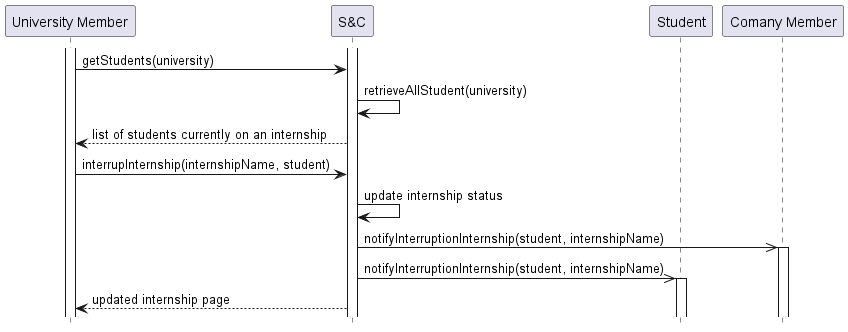
This is RASD/Specific_requirements/uml_diagrams/UC27_diagram.png from matti8702/R_and_DD_project_SE2, a PlantUML export, as it was before one commit.
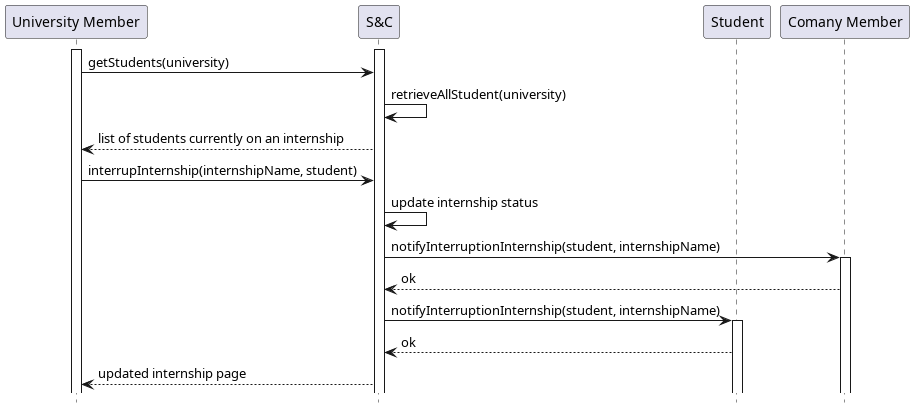
The same file after the commit.

Change to the diagram source:
```diff
@@ -14,9 +14,11 @@
 S --> UM : list of students currently on an internship
 UM -> S : interrupInternship(internshipName, student)
 S -> S :  update internship status
-S ->> CM  : notifyInterruptionInternship(student, internshipName)
+S -> CM  : notifyInterruptionInternship(student, internshipName)
 activate CM
-S ->> ST  : notifyInterruptionInternship(student, internshipName)
+CM --> S  : ok
+S -> ST  : notifyInterruptionInternship(student, internshipName)
 activate ST
+ST --> S : ok
 S --> UM : updated internship page
 @enduml
```
